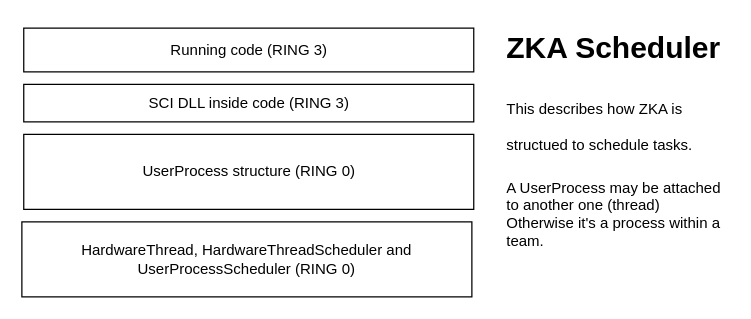
Earlier version of the draw.io diagram doc/OS-Scheduler-Design.drawio (nekernel-org/nekernel). Source tidied: cells renumbered, new cells numbered last; positions are measured from the earlier drawing's top-left corner, leaving out a move shared by most shapes. Both pictures are drawn from the tidied source at 125%, with x=0, y=0 at pixel (21, 21).
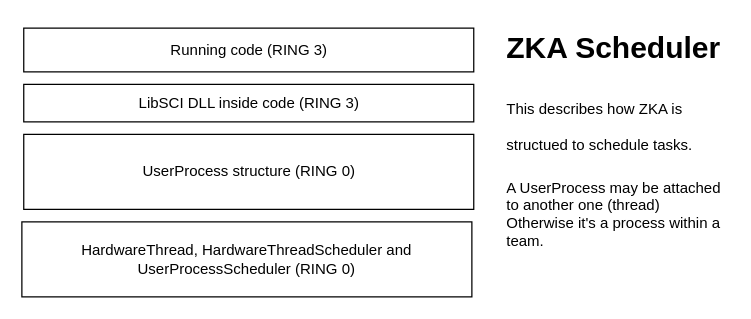
The same diagram, later.

Diff of the diagram source:
```diff
@@
 <mxGraphModel>
   <root>
     <mxCell id="0" />
     <mxCell id="1" parent="0" />
-    <mxCell id="2" value="SCI DLL inside code (RING 3)" style="rounded=0;whiteSpace=wrap;html=1;" parent="1" vertex="1">
+    <mxCell id="2" value="LibSCI DLL inside code (RING 3)" style="rounded=0;whiteSpace=wrap;html=1;" parent="1" vertex="1">
       <mxGeometry x="1.5" y="50" width="360" height="30" as="geometry" />
     </mxCell>
     <mxCell id="3" value="Running code (RING 3)" style="rounded=0;whiteSpace=wrap;html=1;" parent="1" vertex="1">
       <mxGeometry x="1.5" y="5" width="360" height="35" as="geometry" />
     </mxCell>
     <mxCell id="4" value="&lt;h1 style=&quot;margin-top: 0px;&quot;&gt;&lt;span style=&quot;background-color: initial;&quot;&gt;ZKA Scheduler&lt;/span&gt;&lt;/h1&gt;&lt;h1 style=&quot;margin-top: 0px;&quot;&gt;&lt;span style=&quot;font-size: 12px; font-weight: 400; background-color: initial;&quot;&gt;This describes how ZKA is structued to schedule tasks.&lt;/span&gt;&lt;br&gt;&lt;/h1&gt;&lt;div&gt;A UserProcess may be attached to another one (thread)&lt;/div&gt;&lt;div&gt;Otherwise it's a process within a team.&lt;/div&gt;" style="text;html=1;whiteSpace=wrap;overflow=hidden;rounded=0;" parent="1" vertex="1">
       <mxGeometry x="386" width="180" height="200" as="geometry" />
     </mxCell>
     <mxCell id="5" value="UserProcess structure (RING 0)" style="rounded=0;whiteSpace=wrap;html=1;" parent="1" vertex="1">
       <mxGeometry x="1.5" y="90" width="360" height="60" as="geometry" />
     </mxCell>
     <mxCell id="6" value="HardwareThread, HardwareThreadScheduler and UserProcessScheduler (RING 0)" style="rounded=0;whiteSpace=wrap;html=1;" parent="1" vertex="1">
       <mxGeometry y="160" width="360" height="60" as="geometry" />
     </mxCell>
   </root>
 </mxGraphModel>
```
